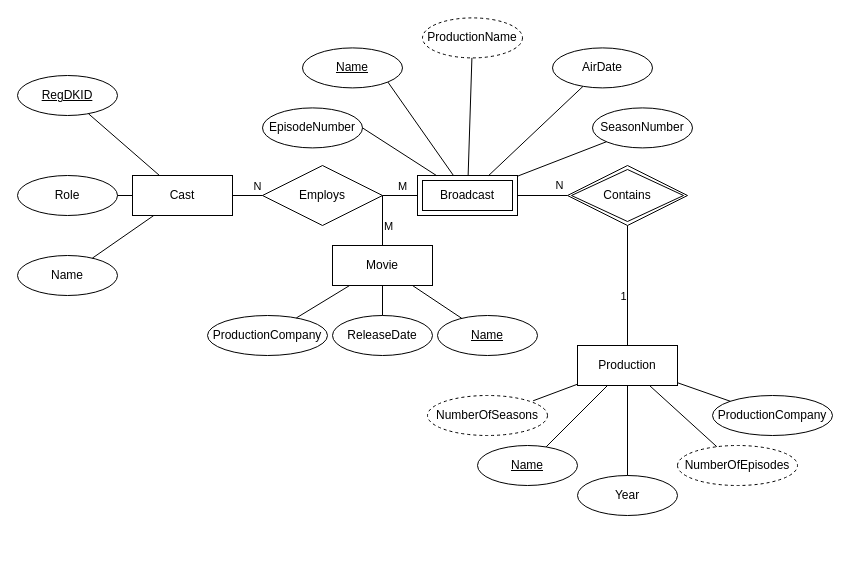
The draw.io diagram Filer/Elaborationsfasen/Database ER diagram.drawio in SarahKonnild/Semesterprojekt2, before the edit. Source tidied: cells renumbered, new cells numbered last; positions are measured from the earlier drawing's top-left corner, leaving out a move shared by most shapes. Both pictures are drawn from the tidied source at 100%, with x=0, y=0 at pixel (17, 17).
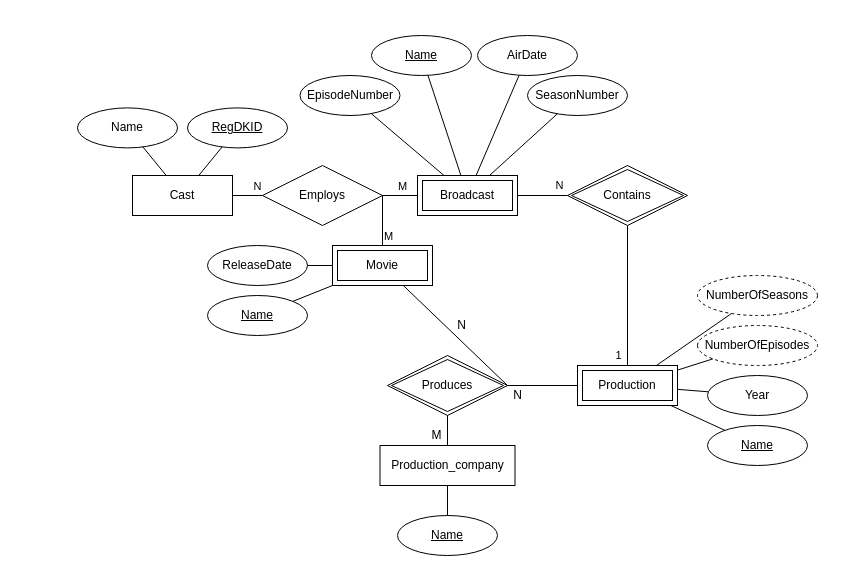
The same page after the edit.

Commit message (it also covers changes not shown here):
Updates to designs and analysis diagrams. Added Table diagram.

The change refers to these unchanged cells:
```xml
<mxCell id="2" style="edgeStyle=orthogonalEdgeStyle;rounded=0;jettySize=auto;html=1;endArrow=none;endFill=0;" parent="1" edge="1" source="4" target="9">
  <mxGeometry relative="1" as="geometry" />
</mxCell>
<mxCell id="5" value="Cast" style="whiteSpace=wrap;html=1;align=center;" parent="1" vertex="1">
  <mxGeometry x="115" y="158" width="100" height="40" as="geometry" />
</mxCell>
<mxCell id="7" value="Broadcast" style="shape=ext;margin=3;double=1;whiteSpace=wrap;html=1;align=center;" parent="1" vertex="1">
  <mxGeometry x="400" y="158" width="100" height="40" as="geometry" />
</mxCell>
<mxCell id="45" style="endArrow=none;html=1;rounded=0;exitX=1;exitY=0.5;exitDx=0;exitDy=0;" parent="1" edge="1" source="26" target="6">
  <mxGeometry relative="1" as="geometry" />
</mxCell>
```

What changed in the source:
```diff
@@
     <mxCell id="3" value="1" style="edgeLabel;html=1;align=center;verticalAlign=middle;" parent="2" vertex="1">
       <mxGeometry x="0.75" y="1" relative="1" as="geometry">
-        <mxPoint x="-4" y="55" as="offset" />
+        <mxPoint x="-9" y="112.5" as="offset" />
       </mxGeometry>
     </mxCell>
-    <mxCell id="4" value="Production" style="whiteSpace=wrap;html=1;align=center;" parent="1" vertex="1">
-      <mxGeometry x="560" y="328" width="100" height="40" as="geometry" />
-    </mxCell>
@@
-    <mxCell id="6" value="Movie" style="whiteSpace=wrap;html=1;align=center;fixDash=0;shadow=0;rounded=0;glass=0;comic=0;gradientColor=none;strokeColor=#000000;" parent="1" vertex="1">
-      <mxGeometry x="315" y="228" width="100" height="40" as="geometry" />
-    </mxCell>
@@
-    <mxCell id="10" value="ProductionName" style="ellipse;whiteSpace=wrap;html=1;align=center;dashed=1;" parent="1" vertex="1">
-      <mxGeometry x="405" y="0.4" width="100" height="40" as="geometry" />
-    </mxCell>
     <mxCell id="11" value="Name" style="ellipse;whiteSpace=wrap;html=1;align=center;fontStyle=4;" parent="1" vertex="1">
-      <mxGeometry x="285" y="30.4" width="100" height="40" as="geometry" />
+      <mxGeometry x="354" y="18" width="100" height="40" as="geometry" />
     </mxCell>
     <mxCell id="12" value="AirDate" style="ellipse;whiteSpace=wrap;html=1;align=center;" parent="1" vertex="1">
-      <mxGeometry x="535" y="30.4" width="100" height="40" as="geometry" />
+      <mxGeometry x="460" y="18" width="100" height="40" as="geometry" />
     </mxCell>
     <mxCell id="13" value="SeasonNumber" style="ellipse;whiteSpace=wrap;html=1;align=center;" parent="1" vertex="1">
-      <mxGeometry x="575" y="90.4" width="100" height="40" as="geometry" />
+      <mxGeometry x="510" y="58" width="100" height="40" as="geometry" />
     </mxCell>
@@
-    <mxCell id="16" style="endArrow=none;html=1;rounded=0;exitX=1;exitY=1;exitDx=0;exitDy=0;" parent="1" edge="1" source="11" target="7">
+    <mxCell id="16" style="endArrow=none;html=1;rounded=0;" parent="1" edge="1" source="11" target="7">
       <mxGeometry relative="1" as="geometry" />
     </mxCell>
-    <mxCell id="17" style="endArrow=none;html=1;rounded=0;" parent="1" edge="1" source="10" target="7">
-      <mxGeometry relative="1" as="geometry" />
-    </mxCell>
@@
-    <mxCell id="20" style="endArrow=none;html=1;rounded=0;exitX=1;exitY=0.5;exitDx=0;exitDy=0;" parent="1" edge="1" target="7">
-      <mxGeometry relative="1" as="geometry">
-        <mxPoint x="345" y="110.4" as="sourcePoint" />
-      </mxGeometry>
+    <mxCell id="20" style="endArrow=none;html=1;rounded=0;" parent="1" edge="1" source="48" target="7">
+      <mxGeometry relative="1" as="geometry" />
     </mxCell>
     <mxCell id="21" value="Name" style="ellipse;whiteSpace=wrap;html=1;align=center;fontStyle=4;flipH=1;flipV=1;" parent="1" vertex="1">
-      <mxGeometry x="460" y="428" width="100" height="40" as="geometry" />
+      <mxGeometry x="690" y="408" width="100" height="40" as="geometry" />
     </mxCell>
     <mxCell id="22" value="Year" style="ellipse;whiteSpace=wrap;html=1;align=center;flipH=1;flipV=1;" parent="1" vertex="1">
-      <mxGeometry x="560" y="458" width="100" height="40" as="geometry" />
+      <mxGeometry x="690" y="358" width="100" height="40" as="geometry" />
     </mxCell>
-    <mxCell id="23" value="ProductionCompany" style="ellipse;whiteSpace=wrap;html=1;align=center;flipH=1;flipV=1;" parent="1" vertex="1">
-      <mxGeometry x="695" y="378" width="120" height="40" as="geometry" />
-    </mxCell>
     <mxCell id="24" value="NumberOfSeasons" style="ellipse;whiteSpace=wrap;html=1;align=center;dashed=1;" parent="1" vertex="1">
-      <mxGeometry x="410" y="378" width="120" height="40" as="geometry" />
+      <mxGeometry x="680" y="258" width="120" height="40" as="geometry" />
     </mxCell>
     <mxCell id="25" value="NumberOfEpisodes" style="ellipse;whiteSpace=wrap;html=1;align=center;dashed=1;flipH=1;flipV=1;" parent="1" vertex="1">
-      <mxGeometry x="660" y="428" width="120" height="40" as="geometry" />
+      <mxGeometry x="680" y="308" width="120" height="40" as="geometry" />
     </mxCell>
@@
     <mxCell id="29" value="RegDKID" style="ellipse;whiteSpace=wrap;html=1;align=center;fontStyle=4;" parent="1" vertex="1">
-      <mxGeometry y="58" width="100" height="40" as="geometry" />
+      <mxGeometry x="170" y="90.4" width="100" height="40" as="geometry" />
     </mxCell>
-    <mxCell id="30" value="Role" style="ellipse;whiteSpace=wrap;html=1;align=center;" parent="1" vertex="1">
-      <mxGeometry y="158" width="100" height="40" as="geometry" />
-    </mxCell>
     <mxCell id="31" value="Name" style="ellipse;whiteSpace=wrap;html=1;align=center;" parent="1" vertex="1">
-      <mxGeometry y="238" width="100" height="40" as="geometry" />
+      <mxGeometry x="60" y="90.4" width="100" height="40" as="geometry" />
     </mxCell>
@@
-    <mxCell id="34" style="endArrow=none;html=1;rounded=0;" parent="1" edge="1" source="30" target="5">
-      <mxGeometry relative="1" as="geometry" />
-    </mxCell>
@@
-    <mxCell id="37" style="endArrow=none;html=1;rounded=0;" parent="1" edge="1" target="4">
-      <mxGeometry relative="1" as="geometry">
-        <mxPoint x="515.6" y="383.3" as="sourcePoint" />
-      </mxGeometry>
+    <mxCell id="37" style="endArrow=none;html=1;rounded=0;" parent="1" edge="1" source="24" target="4">
+      <mxGeometry relative="1" as="geometry" />
     </mxCell>
@@
-    <mxCell id="39" style="endArrow=none;html=1;rounded=0;" parent="1" edge="1" source="23" target="4">
-      <mxGeometry relative="1" as="geometry" />
-    </mxCell>
     <mxCell id="40" value="ReleaseDate" style="ellipse;whiteSpace=wrap;html=1;align=center;" parent="1" vertex="1">
-      <mxGeometry x="315" y="298" width="100" height="40" as="geometry" />
+      <mxGeometry x="190" y="228" width="100" height="40" as="geometry" />
     </mxCell>
     <mxCell id="41" value="Name" style="ellipse;whiteSpace=wrap;html=1;align=center;fontStyle=4;" parent="1" vertex="1">
-      <mxGeometry x="420" y="298" width="100" height="40" as="geometry" />
+      <mxGeometry x="190" y="278" width="100" height="40" as="geometry" />
     </mxCell>
-    <mxCell id="42" value="ProductionCompany" style="ellipse;whiteSpace=wrap;html=1;align=center;" parent="1" vertex="1">
-      <mxGeometry x="190" y="298" width="120" height="40" as="geometry" />
-    </mxCell>
@@
     <mxCell id="46" value="M" style="edgeLabel;html=1;align=center;verticalAlign=middle;" parent="45" vertex="1">
       <mxGeometry x="-0.39" relative="1" as="geometry">
-        <mxPoint x="5" y="15" as="offset" />
+        <mxPoint x="5" y="25" as="offset" />
       </mxGeometry>
     </mxCell>
-    <mxCell id="47" style="endArrow=none;html=1;rounded=0;" parent="1" edge="1" source="6" target="42">
-      <mxGeometry relative="1" as="geometry" />
-    </mxCell>
     <mxCell id="48" value="EpisodeNumber" style="ellipse;whiteSpace=wrap;html=1;align=center;" parent="1" vertex="1">
-      <mxGeometry x="245" y="90.4" width="100" height="40" as="geometry" />
+      <mxGeometry x="282.5" y="58" width="100" height="40" as="geometry" />
     </mxCell>
+    <mxCell id="4" value="Production" style="shape=ext;margin=3;double=1;whiteSpace=wrap;html=1;align=center;rounded=0;shadow=0;glass=0;comic=0;strokeColor=#000000;gradientColor=none;" parent="1" vertex="1">
+      <mxGeometry x="560" y="348" width="100" height="40" as="geometry" />
+    </mxCell>
+    <mxCell id="49" value="Production_company" style="whiteSpace=wrap;html=1;align=center;rounded=0;shadow=0;glass=0;comic=0;strokeColor=#000000;gradientColor=none;" parent="1" vertex="1">
+      <mxGeometry x="362.5" y="428" width="135" height="40" as="geometry" />
+    </mxCell>
+    <mxCell id="50" value="Produces" style="shape=rhombus;double=1;perimeter=rhombusPerimeter;whiteSpace=wrap;html=1;align=center;rounded=0;shadow=0;glass=0;comic=0;strokeColor=#000000;gradientColor=none;" parent="1" vertex="1">
+      <mxGeometry x="370" y="338" width="120" height="60" as="geometry" />
+    </mxCell>
+    <mxCell id="51" style="endArrow=none;html=1;rounded=0;entryX=0.5;entryY=1;entryDx=0;entryDy=0;" parent="1" edge="1" source="49" target="50">
+      <mxGeometry relative="1" as="geometry" />
+    </mxCell>
+    <mxCell id="52" style="endArrow=none;html=1;rounded=0;exitX=1;exitY=0.5;exitDx=0;exitDy=0;" parent="1" edge="1" source="50" target="4">
+      <mxGeometry relative="1" as="geometry" />
+    </mxCell>
+    <mxCell id="6" value="Movie" style="shape=ext;margin=3;double=1;whiteSpace=wrap;html=1;align=center;rounded=0;shadow=0;glass=0;comic=0;strokeColor=#000000;gradientColor=none;" parent="1" vertex="1">
+      <mxGeometry x="315" y="228" width="100" height="40" as="geometry" />
+    </mxCell>
+    <mxCell id="53" style="endArrow=none;html=1;rounded=0;entryX=1;entryY=0.5;entryDx=0;entryDy=0;" parent="1" edge="1" source="6" target="50">
+      <mxGeometry relative="1" as="geometry" />
+    </mxCell>
+    <mxCell id="54" value="Name" style="ellipse;whiteSpace=wrap;html=1;align=center;fontStyle=4;rounded=0;shadow=0;glass=0;comic=0;strokeColor=#000000;gradientColor=none;" parent="1" vertex="1">
+      <mxGeometry x="380" y="498" width="100" height="40" as="geometry" />
+    </mxCell>
+    <mxCell id="55" style="endArrow=none;html=1;rounded=0;" parent="1" edge="1" source="49" target="54">
+      <mxGeometry relative="1" as="geometry" />
+    </mxCell>
+    <mxCell id="56" value="N" style="text;html=1;align=center;verticalAlign=middle;" parent="1" vertex="1">
+      <mxGeometry x="434" y="298" width="20" height="20" as="geometry" />
+    </mxCell>
+    <mxCell id="57" value="M" style="text;html=1;align=center;verticalAlign=middle;" parent="1" vertex="1">
+      <mxGeometry x="404" y="408" width="30" height="20" as="geometry" />
+    </mxCell>
+    <mxCell id="58" value="N" style="text;html=1;align=center;verticalAlign=middle;" parent="1" vertex="1">
+      <mxGeometry x="490" y="368" width="20" height="20" as="geometry" />
+    </mxCell>
```
